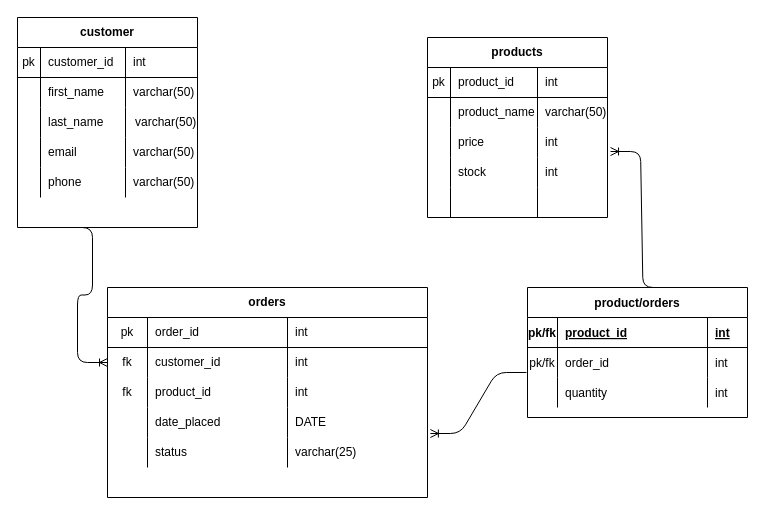
Earlier version of the draw.io diagram ERD/Untitled Diagram.drawio (skeletoro/sqlscripts). Source tidied: cells renumbered, new cells numbered last; positions are measured from the earlier drawing's top-left corner, leaving out a move shared by most shapes. Both pictures are drawn from the tidied source at 100%, with x=0, y=0 at pixel (17, 17).
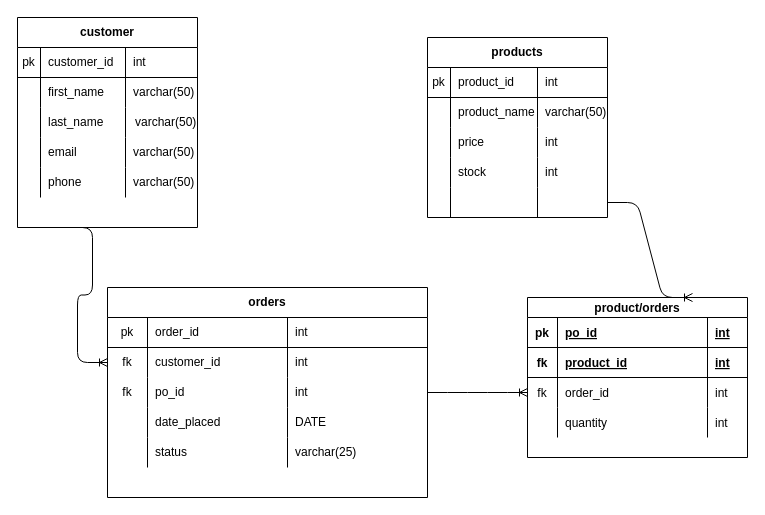
The same page after the edit.

The change refers to these unchanged cells:
```xml
<mxCell id="11" style="shape=partialRectangle;html=1;whiteSpace=wrap;fillColor=none;top=0;left=0;bottom=0;right=0;points=[[0,0.5],[1,0.5]];portConstraint=eastwest;" parent="2" vertex="1">
  <mxGeometry y="90" width="320" height="30" as="geometry" />
</mxCell>
<mxCell id="15" style="shape=partialRectangle;html=1;whiteSpace=wrap;fillColor=none;top=0;left=0;bottom=0;right=0;points=[[0,0.5],[1,0.5]];portConstraint=eastwest;" parent="2" vertex="1">
  <mxGeometry y="120" width="320" height="30" as="geometry" />
</mxCell>
<mxCell id="53" style="shape=partialRectangle;html=1;whiteSpace=wrap;fillColor=none;top=0;left=0;bottom=0;right=0;points=[[0,0.5],[1,0.5]];portConstraint=eastwest;" parent="44" vertex="1">
  <mxGeometry y="90" width="180" height="30" as="geometry" />
</mxCell>
<mxCell id="61" style="shape=partialRectangle;html=1;whiteSpace=wrap;fillColor=none;top=0;left=0;bottom=0;right=0;points=[[0,0.5],[1,0.5]];portConstraint=eastwest;" parent="44" vertex="1">
  <mxGeometry y="150" width="180" height="30" as="geometry" />
</mxCell>
```

Diff of the diagram source:
```diff
@@
-    <mxCell id="13" value="product_id" style="shape=partialRectangle;html=1;whiteSpace=wrap;fillColor=none;top=0;left=0;bottom=0;right=0;align=left;spacingLeft=6;overflow=hidden;" parent="11" vertex="1">
+    <mxCell id="13" value="po_id" style="shape=partialRectangle;html=1;whiteSpace=wrap;fillColor=none;top=0;left=0;bottom=0;right=0;align=left;spacingLeft=6;overflow=hidden;" parent="11" vertex="1">
       <mxGeometry x="40" width="140" height="30" as="geometry" />
     </mxCell>
@@
-    <mxCell id="67" value="product/orders" style="shape=table;startSize=30;childLayout=tableLayout;rowLines=0;fontStyle=1;align=center;" parent="1" vertex="1">
-      <mxGeometry x="510" y="270" width="220" height="130" as="geometry" />
+    <mxCell id="67" value="product/orders" style="shape=table;startSize=20;childLayout=tableLayout;rowLines=0;fontStyle=1;align=center;" parent="1" vertex="1">
+      <mxGeometry x="510" y="280" width="220" height="160" as="geometry" />
     </mxCell>
+    <mxCell id="82" style="shape=partialRectangle;fillColor=none;top=0;left=0;bottom=1;right=0;" parent="67" vertex="1">
+      <mxGeometry y="20" width="220" height="30" as="geometry" />
+    </mxCell>
+    <mxCell id="83" value="pk" style="shape=partialRectangle;fillColor=none;top=0;left=0;bottom=0;right=0;fontStyle=1;overflow=hidden;" parent="82" vertex="1">
+      <mxGeometry width="30" height="30" as="geometry" />
+    </mxCell>
+    <mxCell id="84" value="po_id" style="shape=partialRectangle;fillColor=none;top=0;left=0;bottom=0;right=0;align=left;spacingLeft=6;fontStyle=5;overflow=hidden;" parent="82" vertex="1">
+      <mxGeometry x="30" width="150" height="30" as="geometry" />
+    </mxCell>
+    <mxCell id="85" value="int" style="shape=partialRectangle;fillColor=none;top=0;left=0;bottom=0;right=0;align=left;spacingLeft=6;fontStyle=5;overflow=hidden;" parent="82" vertex="1">
+      <mxGeometry x="180" width="40" height="30" as="geometry" />
+    </mxCell>
     <mxCell id="68" style="shape=partialRectangle;fillColor=none;top=0;left=0;bottom=1;right=0;" parent="67" vertex="1">
-      <mxGeometry y="30" width="220" height="30" as="geometry" />
+      <mxGeometry y="50" width="220" height="30" as="geometry" />
     </mxCell>
-    <mxCell id="69" value="pk/fk" style="shape=partialRectangle;fillColor=none;top=0;left=0;bottom=0;right=0;fontStyle=1;overflow=hidden;" parent="68" vertex="1">
+    <mxCell id="69" value="fk" style="shape=partialRectangle;fillColor=none;top=0;left=0;bottom=0;right=0;fontStyle=1;overflow=hidden;" parent="68" vertex="1">
       <mxGeometry width="30" height="30" as="geometry" />
     </mxCell>
@@
     <mxCell id="72" style="shape=partialRectangle;fillColor=none;top=0;left=0;bottom=0;right=0;points=[[0,0.5],[1,0.5]];portConstraint=eastwest;" parent="67" vertex="1">
-      <mxGeometry y="60" width="220" height="30" as="geometry" />
+      <mxGeometry y="80" width="220" height="30" as="geometry" />
     </mxCell>
-    <mxCell id="73" value="pk/fk" style="shape=partialRectangle;fillColor=none;top=0;left=0;bottom=0;right=0;overflow=hidden;" parent="72" vertex="1">
+    <mxCell id="73" value="fk" style="shape=partialRectangle;fillColor=none;top=0;left=0;bottom=0;right=0;overflow=hidden;" parent="72" vertex="1">
       <mxGeometry width="30" height="30" as="geometry" />
     </mxCell>
@@
     <mxCell id="76" style="shape=partialRectangle;fillColor=none;top=0;left=0;bottom=0;right=0;" parent="67" vertex="1">
-      <mxGeometry y="90" width="220" height="30" as="geometry" />
+      <mxGeometry y="110" width="220" height="30" as="geometry" />
     </mxCell>
@@
+    <mxCell id="81" style="edgeStyle=entityRelationEdgeStyle;fontSize=12;html=1;endArrow=ERoneToMany;exitX=1;exitY=0.5;exitDx=0;exitDy=0;entryX=0;entryY=0.5;entryDx=0;entryDy=0;" parent="1" edge="1" source="11" target="72">
+      <mxGeometry relative="1" as="geometry" />
+    </mxCell>
-    <mxCell id="80" style="edgeStyle=entityRelationEdgeStyle;fontSize=12;html=1;endArrow=ERoneToMany;exitX=0.661;exitY=0;exitDx=0;exitDy=0;exitPerimeter=0;entryX=1.017;entryY=0.8;entryDx=0;entryDy=0;entryPerimeter=0;" parent="1" edge="1" source="67" target="53">
+    <mxCell id="80" style="edgeStyle=entityRelationEdgeStyle;fontSize=12;html=1;endArrow=ERoneToMany;exitX=1;exitY=0.5;exitDx=0;exitDy=0;entryX=0.75;entryY=0;entryDx=0;entryDy=0;" parent="1" edge="1" source="61" target="67">
       <mxGeometry relative="1" as="geometry" />
     </mxCell>
-    <mxCell id="81" style="edgeStyle=entityRelationEdgeStyle;fontSize=12;html=1;endArrow=ERoneToMany;entryX=1.009;entryY=0.867;entryDx=0;entryDy=0;entryPerimeter=0;exitX=-0.005;exitY=0.833;exitDx=0;exitDy=0;exitPerimeter=0;" parent="1" edge="1" source="72" target="15">
-      <mxGeometry relative="1" as="geometry" />
-    </mxCell>
```
